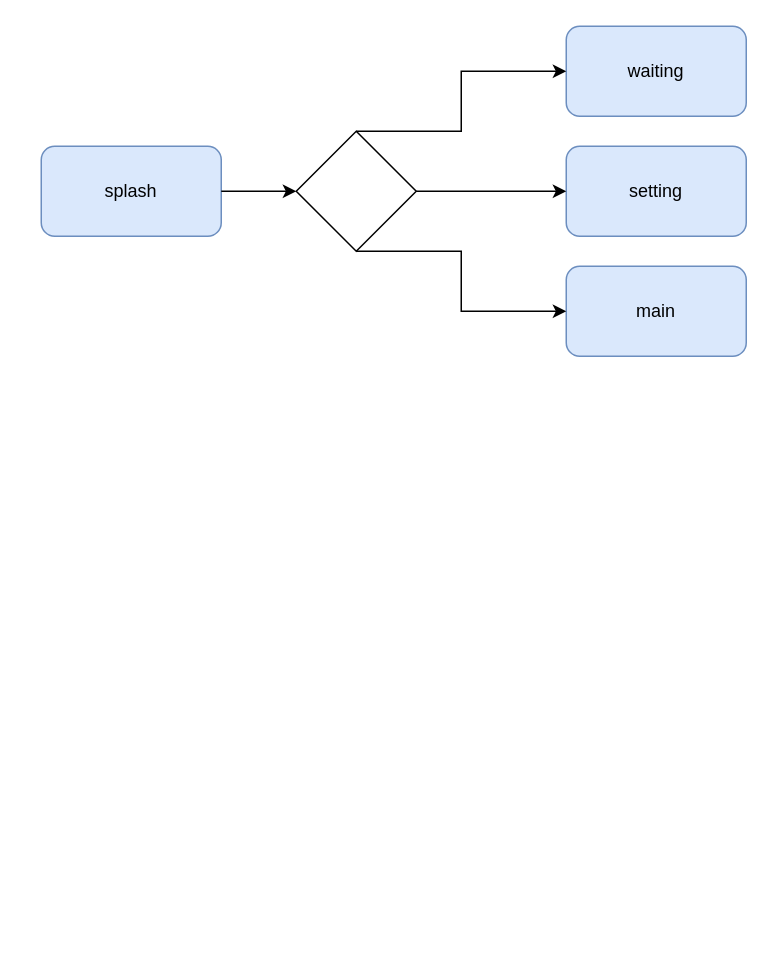
Earlier version of the draw.io diagram page "splash" (1 of 4) of Untitled Diagram.drawio (ahmadbasarudin/test123). Source tidied: cells renumbered, new cells numbered last; positions are measured from the earlier drawing's top-left corner, leaving out a move shared by most shapes. Both pictures are drawn from the tidied source at 150%, with x=0, y=0 at pixel (40, 26).
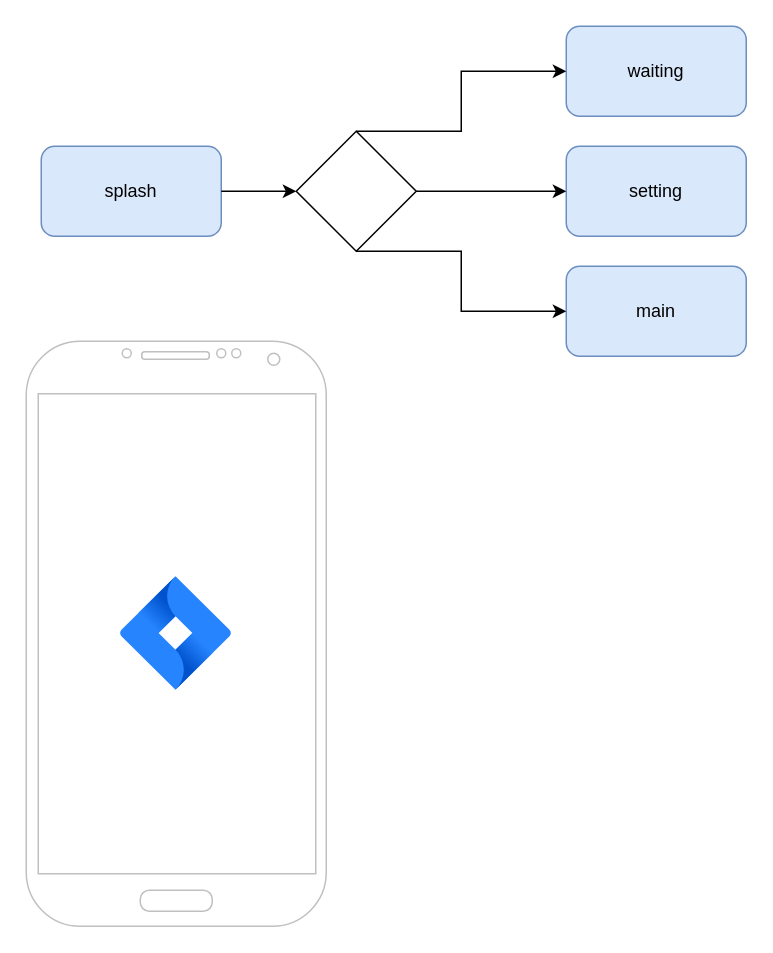
Above is the later version.

Change to the diagram source:
```diff
@@
 <mxGraphModel>
   <root>
     <mxCell id="0" />
     <mxCell id="1" parent="0" />
     <mxCell id="2" value="splash" style="rounded=1;whiteSpace=wrap;html=1;fillColor=#dae8fc;strokeColor=#6c8ebf;" parent="1" vertex="1">
       <mxGeometry y="80" width="120" height="60" as="geometry" />
     </mxCell>
     <mxCell id="3" style="rhombus;whiteSpace=wrap;html=1;" parent="1" vertex="1">
       <mxGeometry x="170" y="70" width="80" height="80" as="geometry" />
     </mxCell>
     <mxCell id="4" value="waiting" style="rounded=1;whiteSpace=wrap;html=1;fillColor=#dae8fc;strokeColor=#6c8ebf;" parent="1" vertex="1">
       <mxGeometry x="350" width="120" height="60" as="geometry" />
     </mxCell>
     <mxCell id="5" value="setting" style="rounded=1;whiteSpace=wrap;html=1;fillColor=#dae8fc;strokeColor=#6c8ebf;" parent="1" vertex="1">
       <mxGeometry x="350" y="80" width="120" height="60" as="geometry" />
     </mxCell>
     <mxCell id="6" value="main" style="rounded=1;whiteSpace=wrap;html=1;fillColor=#dae8fc;strokeColor=#6c8ebf;" parent="1" vertex="1">
       <mxGeometry x="350" y="160" width="120" height="60" as="geometry" />
     </mxCell>
     <mxCell id="7" style="edgeStyle=elbowEdgeStyle;elbow=horizontal;endArrow=classic;html=1;rounded=0;exitX=0.5;exitY=0;exitDx=0;exitDy=0;entryX=0;entryY=0.5;entryDx=0;entryDy=0;" parent="1" edge="1" source="3" target="4">
       <mxGeometry relative="1" as="geometry" />
     </mxCell>
     <mxCell id="8" style="edgeStyle=elbowEdgeStyle;elbow=horizontal;endArrow=classic;html=1;rounded=0;entryX=0;entryY=0.5;entryDx=0;entryDy=0;" parent="1" edge="1">
       <mxGeometry relative="1" as="geometry">
         <mxPoint x="120" y="110" as="sourcePoint" />
         <mxPoint x="170" y="110" as="targetPoint" />
       </mxGeometry>
     </mxCell>
     <mxCell id="9" style="edgeStyle=elbowEdgeStyle;elbow=horizontal;endArrow=classic;html=1;rounded=0;entryX=0;entryY=0.5;entryDx=0;entryDy=0;exitX=1;exitY=0.5;exitDx=0;exitDy=0;" parent="1" edge="1" source="3" target="5">
       <mxGeometry relative="1" as="geometry" />
     </mxCell>
     <mxCell id="10" style="edgeStyle=elbowEdgeStyle;elbow=horizontal;endArrow=classic;html=1;rounded=0;entryX=0;entryY=0.5;entryDx=0;entryDy=0;exitX=0.5;exitY=1;exitDx=0;exitDy=0;" parent="1" edge="1" source="3" target="6">
       <mxGeometry relative="1" as="geometry" />
     </mxCell>
+    <mxCell id="11" style="verticalLabelPosition=bottom;verticalAlign=top;html=1;shadow=0;dashed=0;strokeWidth=1;shape=mxgraph.android.phone2;strokeColor=#c0c0c0;" parent="1" vertex="1">
+      <mxGeometry x="-10" y="210" width="200" height="390" as="geometry" />
+    </mxCell>
+    <mxCell id="12" style="image;image=img/lib/atlassian/Jira_Software_Logo.svg;" parent="1" vertex="1">
+      <mxGeometry x="53" y="367" width="74" height="76" as="geometry" />
+    </mxCell>
   </root>
 </mxGraphModel>
```
